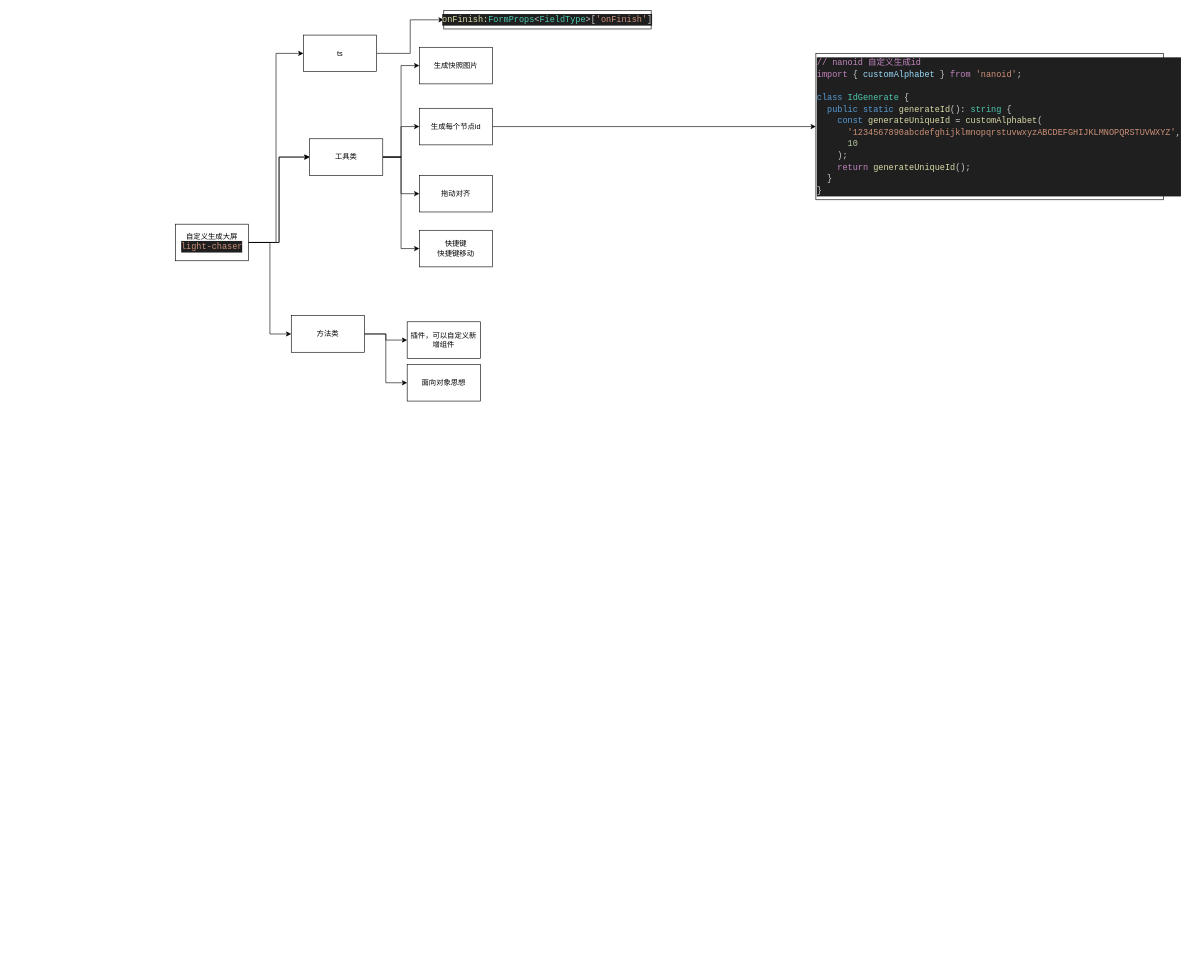
The draw.io diagram light-charse源码阅读.drawio in wankangk1/drawfile, before the edit. Source tidied: cells renumbered, new cells numbered last; positions are measured from the earlier drawing's top-left corner, leaving out a move shared by most shapes. Both pictures are drawn from the tidied source at 61%, with x=0, y=0 at pixel (175, 10).
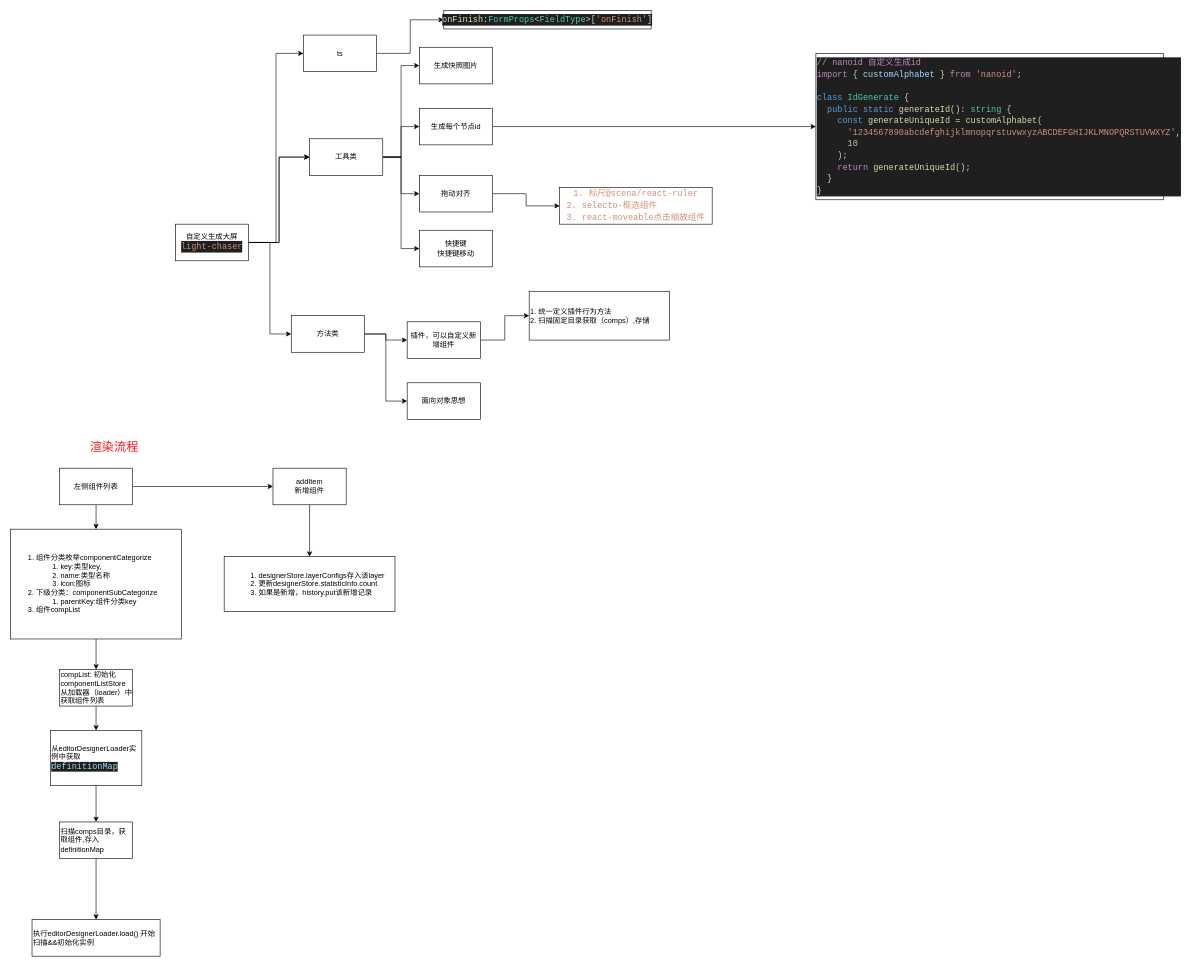
Above is the later version.

Commit message:
更新light-charse源码阅读.drawio

Unchanged cells that the change refers to:
```xml
<mxCell id="10" value="拖动对齐" style="rounded=0;whiteSpace=wrap;html=1;" parent="1" vertex="1">
  <mxGeometry x="400" y="270" width="120" height="60" as="geometry" />
</mxCell>
<mxCell id="11" value="插件，可以自定义新增组件" style="rounded=0;whiteSpace=wrap;html=1;" parent="1" vertex="1">
  <mxGeometry x="380" y="510" width="120" height="60" as="geometry" />
</mxCell>
```

Change to the diagram source:
```diff
@@
+    <mxCell id="26" style="edgeStyle=orthogonalEdgeStyle;rounded=0;jettySize=auto;html=1;" parent="1" edge="1" source="10" target="44">
+      <mxGeometry relative="1" as="geometry" />
+    </mxCell>
@@
+    <mxCell id="27" style="edgeStyle=orthogonalEdgeStyle;rounded=0;jettySize=auto;html=1;" parent="1" edge="1" source="11" target="45">
+      <mxGeometry relative="1" as="geometry" />
+    </mxCell>
@@
     <mxCell id="12" value="面向对象思想" style="rounded=0;whiteSpace=wrap;html=1;" parent="1" vertex="1">
-      <mxGeometry x="380" y="580" width="120" height="60" as="geometry" />
+      <mxGeometry x="380" y="610" width="120" height="60" as="geometry" />
     </mxCell>
@@
+    <mxCell id="28" value="&lt;font color=&quot;#ff171f&quot; style=&quot;font-size: 20px;&quot;&gt;渲染流程&lt;/font&gt;" style="text;html=1;align=center;verticalAlign=middle;whiteSpace=wrap;rounded=0;" parent="1" vertex="1">
+      <mxGeometry x="-160" y="700" width="120" height="30" as="geometry" />
+    </mxCell>
+    <mxCell id="29" style="edgeStyle=orthogonalEdgeStyle;rounded=0;jettySize=auto;html=1;" parent="1" edge="1" source="31" target="33">
+      <mxGeometry relative="1" as="geometry" />
+    </mxCell>
+    <mxCell id="30" style="edgeStyle=orthogonalEdgeStyle;rounded=0;jettySize=auto;html=1;" parent="1" edge="1" source="31" target="42">
+      <mxGeometry relative="1" as="geometry" />
+    </mxCell>
+    <mxCell id="31" value="左侧组件列表" style="rounded=0;whiteSpace=wrap;html=1;" parent="1" vertex="1">
+      <mxGeometry x="-190" y="750" width="120" height="60" as="geometry" />
+    </mxCell>
+    <mxCell id="32" style="edgeStyle=orthogonalEdgeStyle;rounded=0;jettySize=auto;html=1;" parent="1" edge="1" source="33" target="35">
+      <mxGeometry relative="1" as="geometry" />
+    </mxCell>
+    <mxCell id="33" value="&lt;ol&gt;&lt;li&gt;组件分类枚举componentCategorize&lt;/li&gt;&lt;ol&gt;&lt;li&gt;key:类型key,&lt;/li&gt;&lt;li&gt;name:类型名称&lt;/li&gt;&lt;li&gt;icon:图标&lt;/li&gt;&lt;/ol&gt;&lt;li&gt;&lt;span style=&quot;background-color: initial;&quot;&gt;下级分类：componentSubCategorize&lt;/span&gt;&lt;/li&gt;&lt;ol&gt;&lt;li&gt;parentKey:组件分类key&lt;/li&gt;&lt;/ol&gt;&lt;li&gt;组件compList&lt;/li&gt;&lt;/ol&gt;" style="whiteSpace=wrap;html=1;rounded=0;align=left;" parent="1" vertex="1">
+      <mxGeometry x="-270" y="850" width="280" height="180" as="geometry" />
+    </mxCell>
+    <mxCell id="34" style="edgeStyle=orthogonalEdgeStyle;rounded=0;jettySize=auto;html=1;" parent="1" edge="1" source="35" target="37">
+      <mxGeometry relative="1" as="geometry" />
+    </mxCell>
+    <mxCell id="35" value="compList: 初始化componentListStore&lt;br&gt;从加载器（loader）中获取组件列表" style="whiteSpace=wrap;html=1;align=left;rounded=0;" parent="1" vertex="1">
+      <mxGeometry x="-190" y="1080" width="120" height="60" as="geometry" />
+    </mxCell>
+    <mxCell id="36" style="edgeStyle=orthogonalEdgeStyle;rounded=0;jettySize=auto;html=1;" parent="1" edge="1" source="37" target="39">
+      <mxGeometry relative="1" as="geometry" />
+    </mxCell>
+    <mxCell id="37" value="从editorDesignerLoader实例中获取&lt;span style=&quot;color: rgb(156, 220, 254); background-color: rgb(31, 31, 31); font-family: Consolas, &amp;quot;Courier New&amp;quot;, monospace; font-size: 14px; white-space: pre;&quot;&gt;definitionMap&lt;/span&gt;" style="whiteSpace=wrap;html=1;align=left;rounded=0;" parent="1" vertex="1">
+      <mxGeometry x="-205" y="1180" width="150" height="90" as="geometry" />
+    </mxCell>
+    <mxCell id="38" style="edgeStyle=orthogonalEdgeStyle;rounded=0;jettySize=auto;html=1;" parent="1" edge="1" source="39" target="40">
+      <mxGeometry relative="1" as="geometry" />
+    </mxCell>
+    <mxCell id="39" value="扫描comps目录，获取组件,存入definitionMap" style="whiteSpace=wrap;html=1;align=left;rounded=0;" parent="1" vertex="1">
+      <mxGeometry x="-190" y="1330" width="120" height="60" as="geometry" />
+    </mxCell>
+    <mxCell id="40" value="执行editorDesignerLoader.load() 开始扫描&amp;amp;&amp;amp;初始化实例" style="whiteSpace=wrap;html=1;align=left;rounded=0;" parent="1" vertex="1">
+      <mxGeometry x="-235" y="1490" width="210" height="60" as="geometry" />
+    </mxCell>
+    <mxCell id="41" style="edgeStyle=orthogonalEdgeStyle;rounded=0;jettySize=auto;html=1;" parent="1" edge="1" source="42" target="43">
+      <mxGeometry relative="1" as="geometry" />
+    </mxCell>
+    <mxCell id="42" value="addItem&lt;br&gt;新增组件" style="whiteSpace=wrap;html=1;rounded=0;" parent="1" vertex="1">
+      <mxGeometry x="160" y="750" width="120" height="60" as="geometry" />
+    </mxCell>
+    <mxCell id="43" value="&lt;ol&gt;&lt;li&gt;designerStore.layerConfigs存入该layer&lt;/li&gt;&lt;li style=&quot;text-align: left;&quot;&gt;更新designerStore.statisticInfo.count&lt;/li&gt;&lt;li style=&quot;text-align: left;&quot;&gt;如果是新增，history.put该新增记录&lt;/li&gt;&lt;/ol&gt;" style="whiteSpace=wrap;html=1;rounded=0;" parent="1" vertex="1">
+      <mxGeometry x="80" y="895" width="280" height="90" as="geometry" />
+    </mxCell>
+    <mxCell id="44" value="&lt;div style=&quot;color: rgb(204, 204, 204); font-family: Consolas, &amp;quot;Courier New&amp;quot;, monospace; font-size: 14px; line-height: 19px; white-space: pre;&quot;&gt;&lt;span style=&quot;color: rgb(206, 145, 120); background-color: rgb(255, 255, 255);&quot;&gt;1. 标尺@scena/react-ruler&lt;/span&gt;&lt;/div&gt;&lt;div style=&quot;text-align: left; color: rgb(204, 204, 204); font-family: Consolas, &amp;quot;Courier New&amp;quot;, monospace; font-size: 14px; line-height: 19px; white-space: pre;&quot;&gt;&lt;span style=&quot;color: rgb(206, 145, 120); background-color: rgb(255, 255, 255);&quot;&gt;2. selecto-框选组件&lt;/span&gt;&lt;/div&gt;&lt;div style=&quot;text-align: left; color: rgb(204, 204, 204); font-family: Consolas, &amp;quot;Courier New&amp;quot;, monospace; font-size: 14px; line-height: 19px; white-space: pre;&quot;&gt;&lt;span style=&quot;color: rgb(206, 145, 120); background-color: rgb(255, 255, 255);&quot;&gt;3. react-moveable点击缩放组件&lt;/span&gt;&lt;/div&gt;" style="whiteSpace=wrap;html=1;rounded=0;" parent="1" vertex="1">
+      <mxGeometry x="630" y="290" width="250" height="60" as="geometry" />
+    </mxCell>
+    <mxCell id="45" value="1. 统一定义插件行为方法&lt;div&gt;2. 扫描固定目录获取（comps）,存储&lt;/div&gt;" style="whiteSpace=wrap;html=1;rounded=0;align=left;" parent="1" vertex="1">
+      <mxGeometry x="580" y="460" width="230" height="80" as="geometry" />
+    </mxCell>
```
